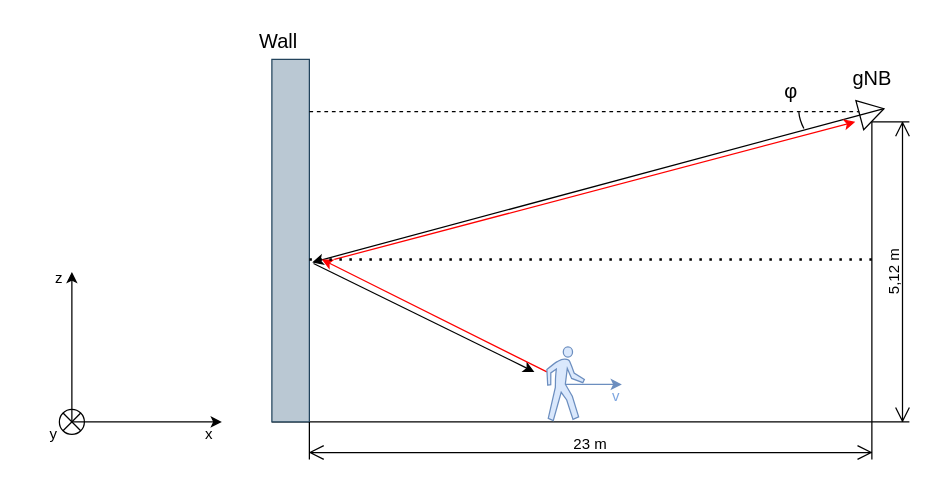
Tosipaolo/thesis_nlos_sensing keeps this draw.io diagram as Images/Schemes/Meas22-09/Base-lateral_view_update.drawio. Above is the earlier version. Source tidied: cells renumbered, new cells numbered last; positions are measured from the earlier drawing's top-left corner, leaving out a move shared by most shapes. Both pictures are drawn from the tidied source at 125%, with x=0, y=0 at pixel (21, 21).
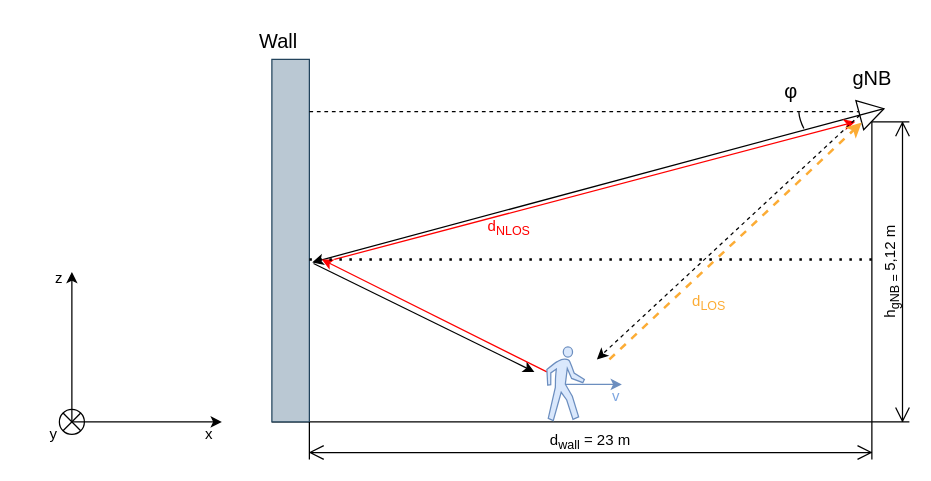
The same diagram, later.

The change refers to these unchanged cells:
```xml
<mxCell id="12" style="triangle;whiteSpace=wrap;html=1;rotation=-15;" parent="1" vertex="1">
  <mxGeometry x="670" y="60" width="20" height="24.1" as="geometry" />
</mxCell>
```

What changed in the source:
```diff
@@
-    <mxCell id="29" value="&lt;font face=&quot;LM Sans&quot;&gt;23 m&lt;/font&gt;" style="shape=dimension;whiteSpace=wrap;html=1;align=center;verticalAlign=bottom;spacingBottom=3;labelBackgroundColor=none;" parent="1" vertex="1">
+    <mxCell id="29" value="&lt;font face=&quot;LM Sans&quot;&gt;d&lt;sub&gt;wall&lt;/sub&gt;&amp;nbsp;= 23 m&lt;/font&gt;" style="shape=dimension;whiteSpace=wrap;html=1;align=center;verticalAlign=bottom;spacingBottom=3;labelBackgroundColor=none;" parent="1" vertex="1">
       <mxGeometry x="230" y="320" width="450" height="30" as="geometry" />
     </mxCell>
-    <mxCell id="30" value="&lt;font face=&quot;LM Sans&quot;&gt;5,12 m&lt;/font&gt;" style="shape=dimension;direction=north;whiteSpace=wrap;html=1;align=center;verticalAlign=bottom;labelBackgroundColor=none;horizontal=0;spacingBottom=3;" parent="1" vertex="1">
+    <mxCell id="30" value="&lt;font face=&quot;LM Sans&quot;&gt;h&lt;sub&gt;gNB =&amp;nbsp;&lt;/sub&gt;5,12 m&lt;/font&gt;" style="shape=dimension;direction=north;whiteSpace=wrap;html=1;align=center;verticalAlign=bottom;labelBackgroundColor=none;horizontal=0;spacingBottom=3;" parent="1" vertex="1">
       <mxGeometry x="680" y="80" width="30" height="240" as="geometry" />
     </mxCell>
+    <mxCell id="31" style="endArrow=classic;html=1;rounded=0;exitX=0;exitY=0.5;exitDx=0;exitDy=0;dashed=1;" parent="1" edge="1" source="12">
+      <mxGeometry relative="1" as="geometry">
+        <mxPoint x="460" y="270" as="targetPoint" />
+      </mxGeometry>
+    </mxCell>
+    <mxCell id="32" style="endArrow=classic;html=1;rounded=0;dashed=1;entryX=0;entryY=0.75;entryDx=0;entryDy=0;strokeColor=#FCAC35;strokeWidth=2;" parent="1" edge="1" target="12">
+      <mxGeometry relative="1" as="geometry">
+        <mxPoint x="470" y="270" as="sourcePoint" />
+      </mxGeometry>
+    </mxCell>
+    <mxCell id="33" value="&lt;font color=&quot;#ff0000&quot;&gt;d&lt;sub&gt;NLOS&lt;/sub&gt;&lt;/font&gt;" style="text;html=1;align=center;verticalAlign=middle;whiteSpace=wrap;rounded=0;" parent="1" vertex="1">
+      <mxGeometry x="360" y="150" width="60" height="30" as="geometry" />
+    </mxCell>
+    <mxCell id="34" value="&lt;font color=&quot;#fcac35&quot;&gt;d&lt;sub style=&quot;&quot;&gt;LOS&lt;/sub&gt;&lt;/font&gt;" style="text;html=1;align=center;verticalAlign=middle;whiteSpace=wrap;rounded=0;" parent="1" vertex="1">
+      <mxGeometry x="520" y="210" width="60" height="30" as="geometry" />
+    </mxCell>
```
